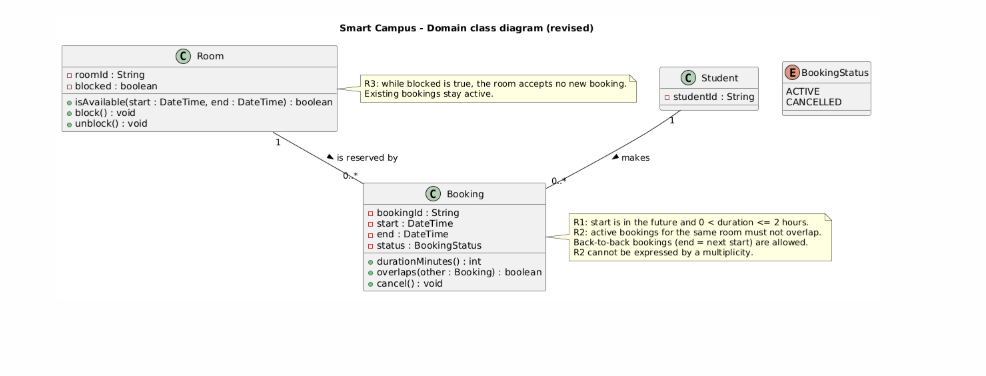
Above: week-04/models/img/class.png in Arseen04/se-practice (PlantUML), before the change. Its source is kept beside it as week-04/models/class.puml. Source of this version:
```plantuml
@startuml
title Smart Campus - Domain class diagram (revised)

class Student {
  - studentId : String
}

class Room {
  - roomId : String
  - blocked : boolean
  + isAvailable(start : DateTime, end : DateTime) : boolean
  + block() : void
  + unblock() : void
}

class Booking {
  - bookingId : String
  - start : DateTime
  - end : DateTime
  - status : BookingStatus
  + durationMinutes() : int
  + overlaps(other : Booking) : boolean
  + cancel() : void
}

enum BookingStatus {
  ACTIVE
  CANCELLED
}

Student "1" -- "0..*" Booking : makes >
Room "1" -- "0..*" Booking : is reserved by >

note right of Booking
  R1: start is in the future and 0 < duration <= 2 hours.
  R2: active bookings for the same room must not overlap.
  Back-to-back bookings (end = next start) are allowed.
  R2 cannot be expressed by a multiplicity.
end note

note right of Room
  R3: while blocked is true, the room accepts no new booking.
  Existing bookings stay active.
end note

@enduml
```
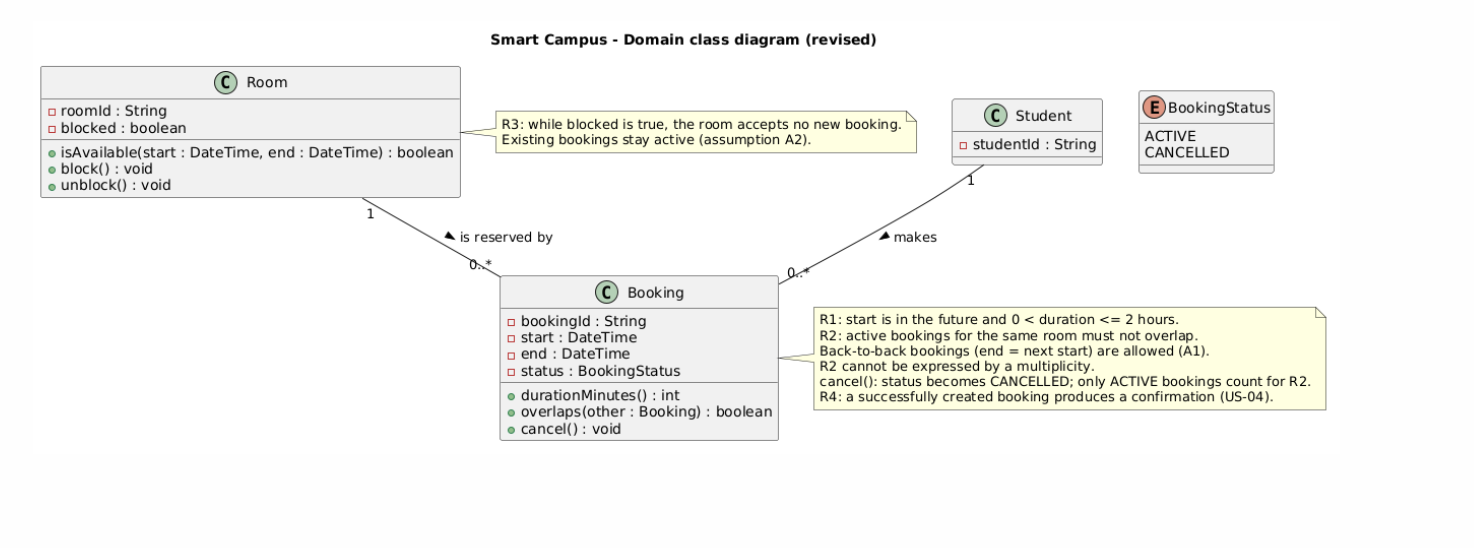
Above is the later version.

Diff of the diagram source:
```diff
@@ -34,13 +34,15 @@
 note right of Booking
   R1: start is in the future and 0 < duration <= 2 hours.
   R2: active bookings for the same room must not overlap.
-  Back-to-back bookings (end = next start) are allowed.
+  Back-to-back bookings (end = next start) are allowed (A1).
   R2 cannot be expressed by a multiplicity.
+  cancel(): status becomes CANCELLED; only ACTIVE bookings count for R2.
+  R4: a successfully created booking produces a confirmation (US-04).
 end note
 
 note right of Room
   R3: while blocked is true, the room accepts no new booking.
-  Existing bookings stay active.
+  Existing bookings stay active (assumption A2).
 end note
 
 @enduml
```
